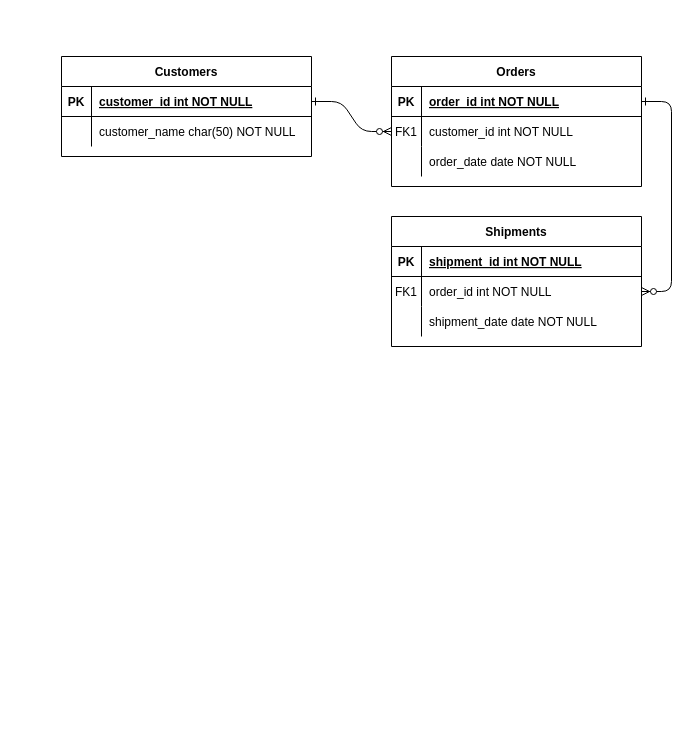
Before: Untitled Diagram.drawio in kukop001/exerciseday01, a draw.io diagram. Source tidied: cells renumbered, new cells numbered last; positions are measured from the earlier drawing's top-left corner, leaving out a move shared by most shapes. Both pictures are drawn from the tidied source at 100%, with x=0, y=0 at pixel (61, 56).
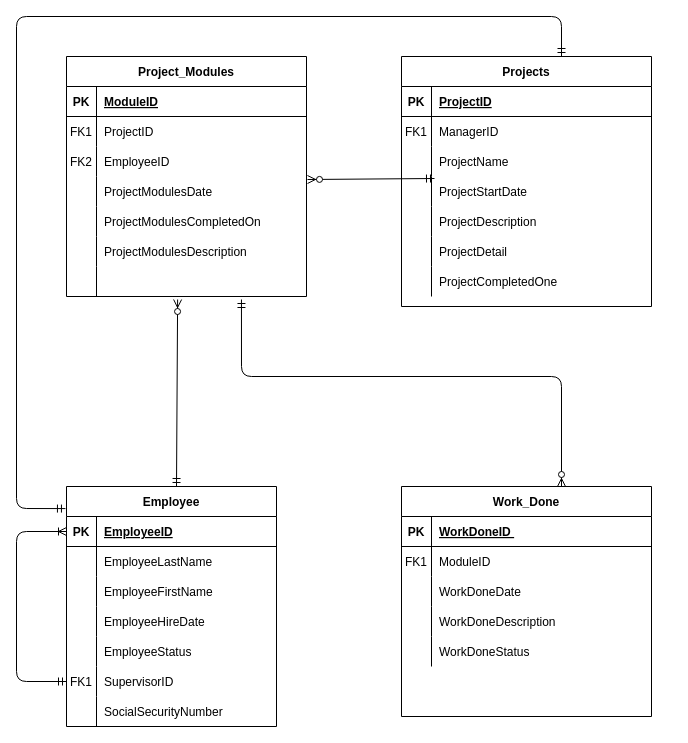
The same page after the edit.

Unchanged cells that the change refers to:
```xml
<mxCell id="5" style="shape=partialRectangle;fillColor=none;points=[[0,0.5],[1,0.5]];portConstraint=eastwest;top=0;left=0;right=0;bottom=1;" parent="4" vertex="1">
  <mxGeometry y="30" width="250" height="30" as="geometry" />
</mxCell>
<mxCell id="8" style="shape=partialRectangle;fillColor=none;points=[[0,0.5],[1,0.5]];portConstraint=eastwest;top=0;left=0;right=0;bottom=0;" parent="4" vertex="1">
  <mxGeometry y="60" width="250" height="30" as="geometry" />
</mxCell>
<mxCell id="11" style="shape=partialRectangle;fillColor=none;top=0;left=0;right=0;bottom=0;" parent="4" vertex="1">
  <mxGeometry y="90" width="250" height="30" as="geometry" />
</mxCell>
<mxCell id="15" style="shape=partialRectangle;fillColor=none;top=0;left=0;right=0;bottom=1;" parent="14" vertex="1">
  <mxGeometry y="30" width="250" height="30" as="geometry" />
</mxCell>
<mxCell id="18" style="shape=partialRectangle;fillColor=none;points=[[0,0.5],[1,0.5]];portConstraint=eastwest;top=0;left=0;right=0;bottom=0;" parent="14" vertex="1">
  <mxGeometry y="60" width="250" height="30" as="geometry" />
</mxCell>
<mxCell id="21" style="shape=partialRectangle;fillColor=none;top=0;left=0;right=0;bottom=0;" parent="14" vertex="1">
  <mxGeometry y="90" width="250" height="30" as="geometry" />
</mxCell>
```

The edit, as a diff of the source:
```diff
@@
-    <mxCell id="2" style="edgeStyle=entityRelationEdgeStyle;endArrow=ERzeroToMany;startArrow=ERone;endFill=1;startFill=0;" parent="1" edge="1" source="25" target="8">
-      <mxGeometry relative="1" as="geometry" />
-    </mxCell>
-    <mxCell id="3" style="edgeStyle=entityRelationEdgeStyle;endArrow=ERzeroToMany;startArrow=ERone;endFill=1;startFill=0;" parent="1" edge="1" source="5" target="18">
-      <mxGeometry relative="1" as="geometry" />
-    </mxCell>
-    <mxCell id="4" value="Orders" style="shape=table;startSize=30;childLayout=tableLayout;rowLines=0;fontStyle=1;align=center;" parent="1" vertex="1">
-      <mxGeometry x="330" width="250" height="130" as="geometry" />
+    <mxCell id="4" value="Projects" style="shape=table;startSize=30;childLayout=tableLayout;rowLines=0;fontStyle=1;align=center;" parent="1" vertex="1">
+      <mxGeometry x="340" width="250" height="250" as="geometry" />
     </mxCell>
@@
-    <mxCell id="7" value="order_id int NOT NULL " style="shape=partialRectangle;overflow=hidden;fillColor=none;top=0;left=0;bottom=0;right=0;align=left;spacingLeft=6;fontStyle=5;" parent="5" vertex="1">
+    <mxCell id="7" value="ProjectID" style="shape=partialRectangle;overflow=hidden;fillColor=none;top=0;left=0;bottom=0;right=0;align=left;spacingLeft=6;fontStyle=5;" parent="5" vertex="1">
       <mxGeometry x="30" width="220" height="30" as="geometry" />
     </mxCell>
@@
-    <mxCell id="10" value="customer_id int NOT NULL" style="shape=partialRectangle;overflow=hidden;fillColor=none;top=0;left=0;bottom=0;right=0;align=left;spacingLeft=6;" parent="8" vertex="1">
+    <mxCell id="10" value="ManagerID " style="shape=partialRectangle;overflow=hidden;fillColor=none;top=0;left=0;bottom=0;right=0;align=left;spacingLeft=6;" parent="8" vertex="1">
       <mxGeometry x="30" width="220" height="30" as="geometry" />
     </mxCell>
@@
-    <mxCell id="13" value="order_date date NOT NULL" style="shape=partialRectangle;overflow=hidden;fillColor=none;top=0;left=0;bottom=0;right=0;align=left;spacingLeft=6;" parent="11" vertex="1">
+    <mxCell id="13" value="ProjectName" style="shape=partialRectangle;overflow=hidden;fillColor=none;top=0;left=0;bottom=0;right=0;align=left;spacingLeft=6;" parent="11" vertex="1">
       <mxGeometry x="30" width="220" height="30" as="geometry" />
     </mxCell>
+    <mxCell id="31" style="shape=partialRectangle;fillColor=none;top=0;left=0;bottom=0;right=0;" parent="4" vertex="1">
+      <mxGeometry y="120" width="250" height="30" as="geometry" />
+    </mxCell>
+    <mxCell id="32" style="shape=partialRectangle;fillColor=none;top=0;left=0;bottom=0;right=0;overflow=hidden;" parent="31" vertex="1">
+      <mxGeometry width="30" height="30" as="geometry" />
+    </mxCell>
+    <mxCell id="33" value="ProjectStartDate" style="shape=partialRectangle;fillColor=none;top=0;left=0;bottom=0;right=0;align=left;spacingLeft=6;overflow=hidden;" parent="31" vertex="1">
+      <mxGeometry x="30" width="220" height="30" as="geometry" />
+    </mxCell>
+    <mxCell id="34" style="shape=partialRectangle;fillColor=none;top=0;left=0;bottom=0;right=0;" parent="4" vertex="1">
+      <mxGeometry y="150" width="250" height="30" as="geometry" />
+    </mxCell>
+    <mxCell id="35" style="shape=partialRectangle;fillColor=none;top=0;left=0;bottom=0;right=0;overflow=hidden;" parent="34" vertex="1">
+      <mxGeometry width="30" height="30" as="geometry" />
+    </mxCell>
+    <mxCell id="36" value="ProjectDescription" style="shape=partialRectangle;fillColor=none;top=0;left=0;bottom=0;right=0;align=left;spacingLeft=6;overflow=hidden;" parent="34" vertex="1">
+      <mxGeometry x="30" width="220" height="30" as="geometry" />
+    </mxCell>
+    <mxCell id="37" style="shape=partialRectangle;fillColor=none;top=0;left=0;bottom=0;right=0;" parent="4" vertex="1">
+      <mxGeometry y="180" width="250" height="30" as="geometry" />
+    </mxCell>
+    <mxCell id="38" style="shape=partialRectangle;fillColor=none;top=0;left=0;bottom=0;right=0;overflow=hidden;" parent="37" vertex="1">
+      <mxGeometry width="30" height="30" as="geometry" />
+    </mxCell>
+    <mxCell id="39" value="ProjectDetail" style="shape=partialRectangle;fillColor=none;top=0;left=0;bottom=0;right=0;align=left;spacingLeft=6;overflow=hidden;" parent="37" vertex="1">
+      <mxGeometry x="30" width="220" height="30" as="geometry" />
+    </mxCell>
+    <mxCell id="40" style="shape=partialRectangle;fillColor=none;top=0;left=0;bottom=0;right=0;" parent="4" vertex="1">
+      <mxGeometry y="210" width="250" height="30" as="geometry" />
+    </mxCell>
+    <mxCell id="41" style="shape=partialRectangle;fillColor=none;top=0;left=0;bottom=0;right=0;overflow=hidden;" parent="40" vertex="1">
+      <mxGeometry width="30" height="30" as="geometry" />
+    </mxCell>
+    <mxCell id="42" value="ProjectCompletedOne" style="shape=partialRectangle;fillColor=none;top=0;left=0;bottom=0;right=0;align=left;spacingLeft=6;overflow=hidden;" parent="40" vertex="1">
+      <mxGeometry x="30" width="220" height="30" as="geometry" />
+    </mxCell>
-    <mxCell id="14" value="Shipments" style="shape=table;startSize=30;childLayout=tableLayout;rowLines=0;fontStyle=1;align=center;" parent="1" vertex="1">
-      <mxGeometry x="330" y="160" width="250" height="130" as="geometry" />
+    <mxCell id="14" value="Work_Done" style="shape=table;startSize=30;childLayout=tableLayout;rowLines=0;fontStyle=1;align=center;" parent="1" vertex="1">
+      <mxGeometry x="340" y="430" width="250" height="230" as="geometry" />
     </mxCell>
@@
-    <mxCell id="17" value="shipment_id int NOT NULL " style="shape=partialRectangle;overflow=hidden;fillColor=none;top=0;left=0;bottom=0;right=0;align=left;spacingLeft=6;fontStyle=5;" parent="15" vertex="1">
+    <mxCell id="17" value="WorkDoneID " style="shape=partialRectangle;overflow=hidden;fillColor=none;top=0;left=0;bottom=0;right=0;align=left;spacingLeft=6;fontStyle=5;" parent="15" vertex="1">
       <mxGeometry x="30" width="220" height="30" as="geometry" />
     </mxCell>
@@
-    <mxCell id="20" value="order_id int NOT NULL" style="shape=partialRectangle;overflow=hidden;fillColor=none;top=0;left=0;bottom=0;right=0;align=left;spacingLeft=6;" parent="18" vertex="1">
+    <mxCell id="20" value="ModuleID" style="shape=partialRectangle;overflow=hidden;fillColor=none;top=0;left=0;bottom=0;right=0;align=left;spacingLeft=6;" parent="18" vertex="1">
       <mxGeometry x="30" width="220" height="30" as="geometry" />
     </mxCell>
@@
-    <mxCell id="23" value="shipment_date date NOT NULL" style="shape=partialRectangle;overflow=hidden;fillColor=none;top=0;left=0;bottom=0;right=0;align=left;spacingLeft=6;" parent="21" vertex="1">
+    <mxCell id="23" value="WorkDoneDate " style="shape=partialRectangle;overflow=hidden;fillColor=none;top=0;left=0;bottom=0;right=0;align=left;spacingLeft=6;" parent="21" vertex="1">
       <mxGeometry x="30" width="220" height="30" as="geometry" />
     </mxCell>
+    <mxCell id="43" style="shape=partialRectangle;fillColor=none;top=0;left=0;bottom=0;right=0;" parent="14" vertex="1">
+      <mxGeometry y="120" width="250" height="30" as="geometry" />
+    </mxCell>
+    <mxCell id="44" style="shape=partialRectangle;fillColor=none;top=0;left=0;bottom=0;right=0;overflow=hidden;" parent="43" vertex="1">
+      <mxGeometry width="30" height="30" as="geometry" />
+    </mxCell>
+    <mxCell id="45" value="WorkDoneDescription" style="shape=partialRectangle;fillColor=none;top=0;left=0;bottom=0;right=0;align=left;spacingLeft=6;overflow=hidden;" parent="43" vertex="1">
+      <mxGeometry x="30" width="220" height="30" as="geometry" />
+    </mxCell>
+    <mxCell id="46" style="shape=partialRectangle;fillColor=none;top=0;left=0;bottom=0;right=0;" parent="14" vertex="1">
+      <mxGeometry y="150" width="250" height="30" as="geometry" />
+    </mxCell>
+    <mxCell id="47" style="shape=partialRectangle;fillColor=none;top=0;left=0;bottom=0;right=0;overflow=hidden;" parent="46" vertex="1">
+      <mxGeometry width="30" height="30" as="geometry" />
+    </mxCell>
+    <mxCell id="48" value="WorkDoneStatus" style="shape=partialRectangle;fillColor=none;top=0;left=0;bottom=0;right=0;align=left;spacingLeft=6;overflow=hidden;" parent="46" vertex="1">
+      <mxGeometry x="30" width="220" height="30" as="geometry" />
+    </mxCell>
-    <mxCell id="24" value="Customers" style="shape=table;startSize=30;childLayout=tableLayout;rowLines=0;fontStyle=1;align=center;" parent="1" vertex="1">
-      <mxGeometry width="250" height="100" as="geometry" />
+    <mxCell id="24" value="Employee" style="shape=table;startSize=30;childLayout=tableLayout;rowLines=0;fontStyle=1;align=center;" parent="1" vertex="1">
+      <mxGeometry x="5" y="430" width="210" height="240" as="geometry" />
     </mxCell>
     <mxCell id="25" style="shape=partialRectangle;fillColor=none;points=[[0,0.5],[1,0.5]];portConstraint=eastwest;top=0;left=0;right=0;bottom=1;" parent="24" vertex="1">
-      <mxGeometry y="30" width="250" height="30" as="geometry" />
+      <mxGeometry y="30" width="210" height="30" as="geometry" />
     </mxCell>
@@
-    <mxCell id="27" value="customer_id int NOT NULL " style="shape=partialRectangle;overflow=hidden;fillColor=none;top=0;left=0;bottom=0;right=0;align=left;spacingLeft=6;fontStyle=5;" parent="25" vertex="1">
-      <mxGeometry x="30" width="220" height="30" as="geometry" />
+    <mxCell id="27" value="EmployeeID" style="shape=partialRectangle;overflow=hidden;fillColor=none;top=0;left=0;bottom=0;right=0;align=left;spacingLeft=6;fontStyle=5;" parent="25" vertex="1">
+      <mxGeometry x="30" width="180" height="30" as="geometry" />
     </mxCell>
     <mxCell id="28" style="shape=partialRectangle;fillColor=none;top=0;left=0;right=0;bottom=0;" parent="24" vertex="1">
-      <mxGeometry y="60" width="250" height="30" as="geometry" />
+      <mxGeometry y="60" width="210" height="30" as="geometry" />
     </mxCell>
@@
-    <mxCell id="30" value="customer_name char(50) NOT NULL" style="shape=partialRectangle;overflow=hidden;fillColor=none;top=0;left=0;bottom=0;right=0;align=left;spacingLeft=6;" parent="28" vertex="1">
-      <mxGeometry x="30" width="220" height="30" as="geometry" />
+    <mxCell id="30" value="EmployeeLastName" style="shape=partialRectangle;overflow=hidden;fillColor=none;top=0;left=0;bottom=0;right=0;align=left;spacingLeft=6;" parent="28" vertex="1">
+      <mxGeometry x="30" width="180" height="30" as="geometry" />
     </mxCell>
+    <mxCell id="49" style="shape=partialRectangle;fillColor=none;top=0;left=0;bottom=0;right=0;" parent="24" vertex="1">
+      <mxGeometry y="90" width="210" height="30" as="geometry" />
+    </mxCell>
+    <mxCell id="50" style="shape=partialRectangle;fillColor=none;top=0;left=0;bottom=0;right=0;overflow=hidden;" parent="49" vertex="1">
+      <mxGeometry width="30" height="30" as="geometry" />
+    </mxCell>
+    <mxCell id="51" value="EmployeeFirstName " style="shape=partialRectangle;fillColor=none;top=0;left=0;bottom=0;right=0;align=left;spacingLeft=6;overflow=hidden;" parent="49" vertex="1">
+      <mxGeometry x="30" width="180" height="30" as="geometry" />
+    </mxCell>
+    <mxCell id="52" style="shape=partialRectangle;fillColor=none;top=0;left=0;bottom=0;right=0;" parent="24" vertex="1">
+      <mxGeometry y="120" width="210" height="30" as="geometry" />
+    </mxCell>
+    <mxCell id="53" style="shape=partialRectangle;fillColor=none;top=0;left=0;bottom=0;right=0;overflow=hidden;" parent="52" vertex="1">
+      <mxGeometry width="30" height="30" as="geometry" />
+    </mxCell>
+    <mxCell id="54" value="EmployeeHireDate" style="shape=partialRectangle;fillColor=none;top=0;left=0;bottom=0;right=0;align=left;spacingLeft=6;overflow=hidden;" parent="52" vertex="1">
+      <mxGeometry x="30" width="180" height="30" as="geometry" />
+    </mxCell>
+    <mxCell id="55" style="shape=partialRectangle;fillColor=none;top=0;left=0;bottom=0;right=0;" parent="24" vertex="1">
+      <mxGeometry y="150" width="210" height="30" as="geometry" />
+    </mxCell>
+    <mxCell id="56" style="shape=partialRectangle;fillColor=none;top=0;left=0;bottom=0;right=0;overflow=hidden;" parent="55" vertex="1">
+      <mxGeometry width="30" height="30" as="geometry" />
+    </mxCell>
+    <mxCell id="57" value="EmployeeStatus" style="shape=partialRectangle;fillColor=none;top=0;left=0;bottom=0;right=0;align=left;spacingLeft=6;overflow=hidden;" parent="55" vertex="1">
+      <mxGeometry x="30" width="180" height="30" as="geometry" />
+    </mxCell>
+    <mxCell id="58" style="shape=partialRectangle;fillColor=none;top=0;left=0;bottom=0;right=0;" parent="24" vertex="1">
+      <mxGeometry y="180" width="210" height="30" as="geometry" />
+    </mxCell>
+    <mxCell id="59" value="FK1" style="shape=partialRectangle;fillColor=none;top=0;left=0;bottom=0;right=0;overflow=hidden;" parent="58" vertex="1">
+      <mxGeometry width="30" height="30" as="geometry" />
+    </mxCell>
+    <mxCell id="60" value="SupervisorID " style="shape=partialRectangle;fillColor=none;top=0;left=0;bottom=0;right=0;align=left;spacingLeft=6;overflow=hidden;" parent="58" vertex="1">
+      <mxGeometry x="30" width="180" height="30" as="geometry" />
+    </mxCell>
+    <mxCell id="61" style="shape=partialRectangle;fillColor=none;top=0;left=0;bottom=0;right=0;" parent="24" vertex="1">
+      <mxGeometry y="210" width="210" height="30" as="geometry" />
+    </mxCell>
+    <mxCell id="62" style="shape=partialRectangle;fillColor=none;top=0;left=0;bottom=0;right=0;overflow=hidden;" parent="61" vertex="1">
+      <mxGeometry width="30" height="30" as="geometry" />
+    </mxCell>
+    <mxCell id="63" value="SocialSecurityNumber " style="shape=partialRectangle;fillColor=none;top=0;left=0;bottom=0;right=0;align=left;spacingLeft=6;overflow=hidden;" parent="61" vertex="1">
+      <mxGeometry x="30" width="180" height="30" as="geometry" />
+    </mxCell>
+    <mxCell id="64" style="edgeStyle=orthogonalEdgeStyle;fontSize=12;html=1;endArrow=ERoneToMany;startArrow=ERmandOne;entryX=0;entryY=0.5;entryDx=0;entryDy=0;" parent="24" edge="1" target="25">
+      <mxGeometry relative="1" as="geometry">
+        <mxPoint y="195" as="sourcePoint" />
+        <Array as="points">
+          <mxPoint x="-50" y="195" />
+          <mxPoint x="-50" y="45" />
+        </Array>
+      </mxGeometry>
+    </mxCell>
+    <mxCell id="65" value="Project_Modules" style="shape=table;startSize=30;childLayout=tableLayout;rowLines=0;fontStyle=1;align=center;" parent="1" vertex="1">
+      <mxGeometry x="5" width="240" height="240" as="geometry" />
+    </mxCell>
+    <mxCell id="66" style="shape=partialRectangle;fillColor=none;top=0;left=0;bottom=1;right=0;" parent="65" vertex="1">
+      <mxGeometry y="30" width="240" height="30" as="geometry" />
+    </mxCell>
+    <mxCell id="67" value="PK" style="shape=partialRectangle;fillColor=none;top=0;left=0;bottom=0;right=0;fontStyle=1;overflow=hidden;" parent="66" vertex="1">
+      <mxGeometry width="30" height="30" as="geometry" />
+    </mxCell>
+    <mxCell id="68" value="ModuleID" style="shape=partialRectangle;fillColor=none;top=0;left=0;bottom=0;right=0;align=left;spacingLeft=6;fontStyle=5;overflow=hidden;" parent="66" vertex="1">
+      <mxGeometry x="30" width="210" height="30" as="geometry" />
+    </mxCell>
+    <mxCell id="69" style="shape=partialRectangle;fillColor=none;top=0;left=0;bottom=0;right=0;" parent="65" vertex="1">
+      <mxGeometry y="60" width="240" height="30" as="geometry" />
+    </mxCell>
+    <mxCell id="70" value="FK1" style="shape=partialRectangle;fillColor=none;top=0;left=0;bottom=0;right=0;fontStyle=0;overflow=hidden;" parent="69" vertex="1">
+      <mxGeometry width="30" height="30" as="geometry" />
+    </mxCell>
+    <mxCell id="71" value="ProjectID" style="shape=partialRectangle;fillColor=none;top=0;left=0;bottom=0;right=0;align=left;spacingLeft=6;fontStyle=0;overflow=hidden;" parent="69" vertex="1">
+      <mxGeometry x="30" width="210" height="30" as="geometry" />
+    </mxCell>
+    <mxCell id="72" style="shape=partialRectangle;fillColor=none;top=0;left=0;bottom=0;right=0;" parent="65" vertex="1">
+      <mxGeometry y="90" width="240" height="30" as="geometry" />
+    </mxCell>
+    <mxCell id="73" value="FK2" style="shape=partialRectangle;fillColor=none;top=0;left=0;bottom=0;right=0;fontStyle=0;overflow=hidden;" parent="72" vertex="1">
+      <mxGeometry width="30" height="30" as="geometry" />
+    </mxCell>
+    <mxCell id="74" value="EmployeeID" style="shape=partialRectangle;fillColor=none;top=0;left=0;bottom=0;right=0;align=left;spacingLeft=6;fontStyle=0;overflow=hidden;" parent="72" vertex="1">
+      <mxGeometry x="30" width="210" height="30" as="geometry" />
+    </mxCell>
+    <mxCell id="75" style="shape=partialRectangle;fillColor=none;top=0;left=0;bottom=0;right=0;" parent="65" vertex="1">
+      <mxGeometry y="120" width="240" height="30" as="geometry" />
+    </mxCell>
+    <mxCell id="76" style="shape=partialRectangle;fillColor=none;top=0;left=0;bottom=0;right=0;overflow=hidden;" parent="75" vertex="1">
+      <mxGeometry width="30" height="30" as="geometry" />
+    </mxCell>
+    <mxCell id="77" value="ProjectModulesDate" style="shape=partialRectangle;fillColor=none;top=0;left=0;bottom=0;right=0;align=left;spacingLeft=6;overflow=hidden;" parent="75" vertex="1">
+      <mxGeometry x="30" width="210" height="30" as="geometry" />
+    </mxCell>
+    <mxCell id="78" style="shape=partialRectangle;fillColor=none;top=0;left=0;bottom=0;right=0;" parent="65" vertex="1">
+      <mxGeometry y="150" width="240" height="30" as="geometry" />
+    </mxCell>
+    <mxCell id="79" style="shape=partialRectangle;fillColor=none;top=0;left=0;bottom=0;right=0;overflow=hidden;" parent="78" vertex="1">
+      <mxGeometry width="30" height="30" as="geometry" />
+    </mxCell>
+    <mxCell id="80" value="ProjectModulesCompletedOn" style="shape=partialRectangle;fillColor=none;top=0;left=0;bottom=0;right=0;align=left;spacingLeft=6;overflow=hidden;" parent="78" vertex="1">
+      <mxGeometry x="30" width="210" height="30" as="geometry" />
+    </mxCell>
+    <mxCell id="81" style="shape=partialRectangle;fillColor=none;top=0;left=0;bottom=0;right=0;" parent="65" vertex="1">
+      <mxGeometry y="180" width="240" height="30" as="geometry" />
+    </mxCell>
+    <mxCell id="82" style="shape=partialRectangle;fillColor=none;top=0;left=0;bottom=0;right=0;overflow=hidden;" parent="81" vertex="1">
+      <mxGeometry width="30" height="30" as="geometry" />
+    </mxCell>
+    <mxCell id="83" value="ProjectModulesDescription" style="shape=partialRectangle;fillColor=none;top=0;left=0;bottom=0;right=0;align=left;spacingLeft=6;overflow=hidden;" parent="81" vertex="1">
+      <mxGeometry x="30" width="210" height="30" as="geometry" />
+    </mxCell>
+    <mxCell id="84" style="shape=partialRectangle;fillColor=none;top=0;left=0;bottom=0;right=0;points=[[0,0.5],[1,0.5]];portConstraint=eastwest;" parent="65" vertex="1">
+      <mxGeometry y="210" width="240" height="30" as="geometry" />
+    </mxCell>
+    <mxCell id="85" style="shape=partialRectangle;fillColor=none;top=0;left=0;bottom=0;right=0;overflow=hidden;" parent="84" vertex="1">
+      <mxGeometry width="30" height="30" as="geometry" />
+    </mxCell>
+    <mxCell id="86" style="shape=partialRectangle;fillColor=none;top=0;left=0;bottom=0;right=0;align=left;spacingLeft=6;overflow=hidden;" parent="84" vertex="1">
+      <mxGeometry x="30" width="210" height="30" as="geometry" />
+    </mxCell>
+    <mxCell id="87" style="fontSize=12;html=1;endArrow=ERzeroToMany;startArrow=ERmandOne;entryX=0.463;entryY=1.1;entryDx=0;entryDy=0;entryPerimeter=0;" parent="1" edge="1" target="84">
+      <mxGeometry relative="1" as="geometry">
+        <mxPoint x="115" y="430" as="sourcePoint" />
+      </mxGeometry>
+    </mxCell>
+    <mxCell id="88" style="fontSize=12;html=1;endArrow=ERzeroToMany;startArrow=ERmandOne;exitX=-0.008;exitY=0.067;exitDx=0;exitDy=0;exitPerimeter=0;" parent="1" edge="1">
+      <mxGeometry relative="1" as="geometry">
+        <mxPoint x="373" y="122" as="sourcePoint" />
+        <mxPoint x="246" y="123" as="targetPoint" />
+      </mxGeometry>
+    </mxCell>
+    <mxCell id="89" style="fontSize=12;html=1;endArrow=ERzeroToMany;startArrow=ERmandOne;entryX=0.5;entryY=0;entryDx=0;entryDy=0;exitX=0.729;exitY=1.1;exitDx=0;exitDy=0;exitPerimeter=0;" parent="1" edge="1" source="84">
+      <mxGeometry relative="1" as="geometry">
+        <mxPoint x="500" y="430" as="targetPoint" />
+        <Array as="points">
+          <mxPoint x="180" y="320" />
+          <mxPoint x="500" y="320" />
+        </Array>
+      </mxGeometry>
+    </mxCell>
+    <mxCell id="90" style="fontSize=12;html=1;endArrow=ERmandOne;startArrow=ERmandOne;exitX=-0.005;exitY=0.092;exitDx=0;exitDy=0;entryX=0.5;entryY=0;entryDx=0;entryDy=0;exitPerimeter=0;" parent="1" edge="1" source="24">
+      <mxGeometry relative="1" as="geometry">
+        <mxPoint x="500" as="targetPoint" />
+        <Array as="points">
+          <mxPoint x="-45" y="452" />
+          <mxPoint x="-45" y="-40" />
+          <mxPoint x="500" y="-40" />
+        </Array>
+      </mxGeometry>
+    </mxCell>
```
